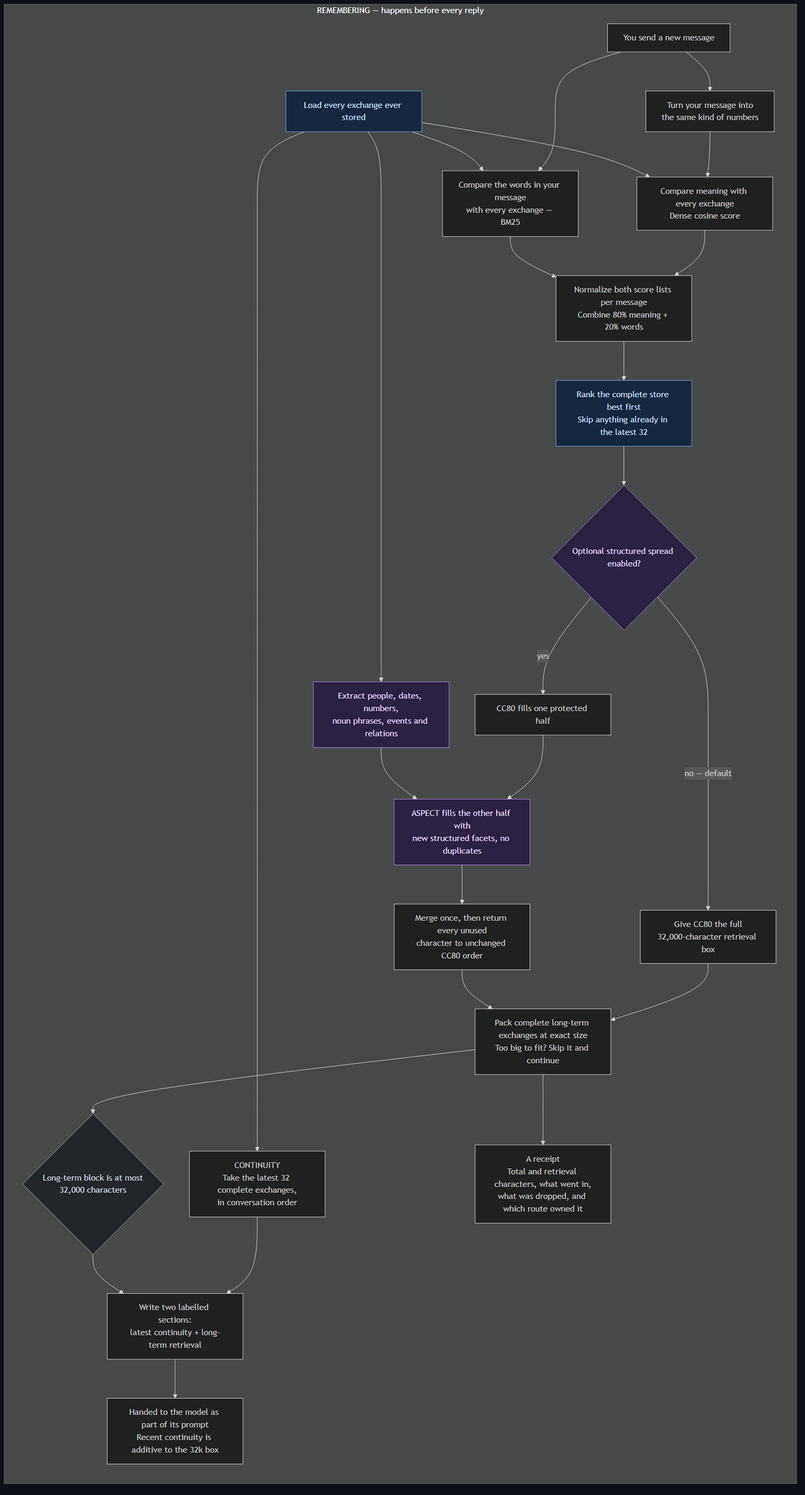
This is docs/diagrams/how_it_works_remembering.png from IdrisAppliedAIResearch/contextDecayWindow, a Mermaid export, as it was before one commit. Its source is kept beside it as docs/diagrams/how_it_works_remembering.mmd.
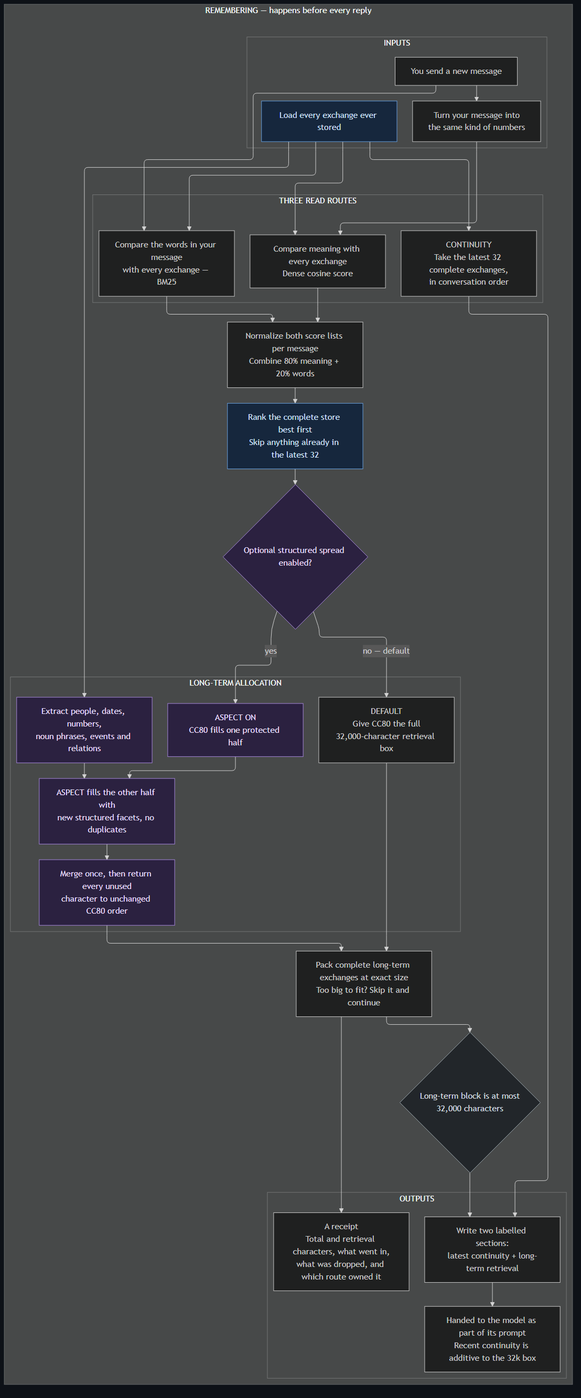
The same diagram one commit later.

What changed in the source:
```diff
@@ -1,42 +1,69 @@
-flowchart TD
+---
+config:
+  layout: elk
+---
+flowchart TB
 
     subgraph READ["REMEMBERING — happens before every reply"]
         direction TB
-        Q["You send a new message"] --> QE["Turn your message into<br/>the same kind of numbers"]
-        ALL["Load every exchange ever stored"]
+        subgraph INPUTS["INPUTS"]
+            direction LR
+            Q["You send a new message"]
+            QE["Turn your message into<br/>the same kind of numbers"]
+            ALL["Load every exchange ever stored"]
+            Q --> QE
+        end
 
-        ALL --> RECENT["CONTINUITY<br/>Take the latest 32 complete exchanges,<br/>in conversation order"]
-        QE --> DENSE["Compare meaning with every exchange<br/>Dense cosine score"]
+        subgraph ROUTES["THREE READ ROUTES"]
+            direction LR
+            RECENT["CONTINUITY<br/>Take the latest 32 complete exchanges,<br/>in conversation order"]
+            DENSE["Compare meaning with every exchange<br/>Dense cosine score"]
+            BM25["Compare the words in your message<br/>with every exchange — BM25"]
+        end
+        ALL --> RECENT
+        QE --> DENSE
         ALL --> DENSE
-        Q --> BM25["Compare the words in your message<br/>with every exchange — BM25"]
+        Q --> BM25
         ALL --> BM25
 
         DENSE --> FUSE["Normalize both score lists per message<br/>Combine 80% meaning + 20% words"]
         BM25 --> FUSE
         FUSE --> RANK["Rank the complete store best first<br/>Skip anything already in the latest 32"]
+        RANK --> FLAG{"Optional structured spread enabled?"}
 
-        RANK --> FLAG{"Optional structured spread enabled?"}
-        FLAG -->|"no — default"| FULL["Give CC80 the full<br/>32,000-character retrieval box"]
-        FLAG -->|"yes"| SEM["CC80 fills one protected half"]
-        ALL --> FACETS["Extract people, dates, numbers,<br/>noun phrases, events and relations"]
-        SEM --> ASPECT["ASPECT fills the other half with<br/>new structured facets, no duplicates"]
-        FACETS --> ASPECT
-        ASPECT --> RETURN["Merge once, then return every unused<br/>character to unchanged CC80 order"]
+        subgraph ALLOCATION["LONG-TERM ALLOCATION"]
+            direction LR
+            FULL["DEFAULT<br/>Give CC80 the full<br/>32,000-character retrieval box"]
+            SEM["ASPECT ON<br/>CC80 fills one protected half"]
+            FACETS["Extract people, dates, numbers,<br/>noun phrases, events and relations"]
+            ASPECT["ASPECT fills the other half with<br/>new structured facets, no duplicates"]
+            RETURN["Merge once, then return every unused<br/>character to unchanged CC80 order"]
+            SEM --> ASPECT
+            FACETS --> ASPECT --> RETURN
+        end
+        FLAG -->|"no — default"| FULL
+        FLAG -->|"yes"| SEM
+        ALL --> FACETS
 
         FULL --> PACK["Pack complete long-term exchanges at exact size<br/>Too big to fit? Skip it and continue"]
         RETURN --> PACK
         PACK --> CEIL{"Long-term block is at most<br/>32,000 characters"}
 
-        RECENT --> RENDER["Write two labelled sections:<br/>latest continuity + long-term retrieval"]
+        subgraph OUTPUTS["OUTPUTS"]
+            direction LR
+            RENDER["Write two labelled sections:<br/>latest continuity + long-term retrieval"]
+            OUT["Handed to the model as part of its prompt<br/>Recent continuity is additive to the 32k box"]
+            REP["A receipt<br/>Total and retrieval characters, what went in,<br/>what was dropped, and which route owned it"]
+            RENDER --> OUT
+        end
+        RECENT --> RENDER
         CEIL --> RENDER
-        RENDER --> OUT["Handed to the model as part of its prompt<br/>Recent continuity is additive to the 32k box"]
-        PACK --> REP["A receipt<br/>Total and retrieval characters, what went in,<br/>what was dropped, and which route owned it"]
+        PACK --> REP
     end
 
     classDef store fill:#16273d,stroke:#6aa2e0,color:#cfe2fb;
     classDef optional fill:#2b2140,stroke:#a98adf,color:#eadfff;
     classDef guard fill:#22262a,stroke:#9aa5ab,color:#d5dde2;
-
     class ALL,RANK store;
-    class FLAG,FACETS,ASPECT optional;
+    class FLAG,FACETS,SEM,ASPECT,RETURN optional;
     class CEIL guard;
```
